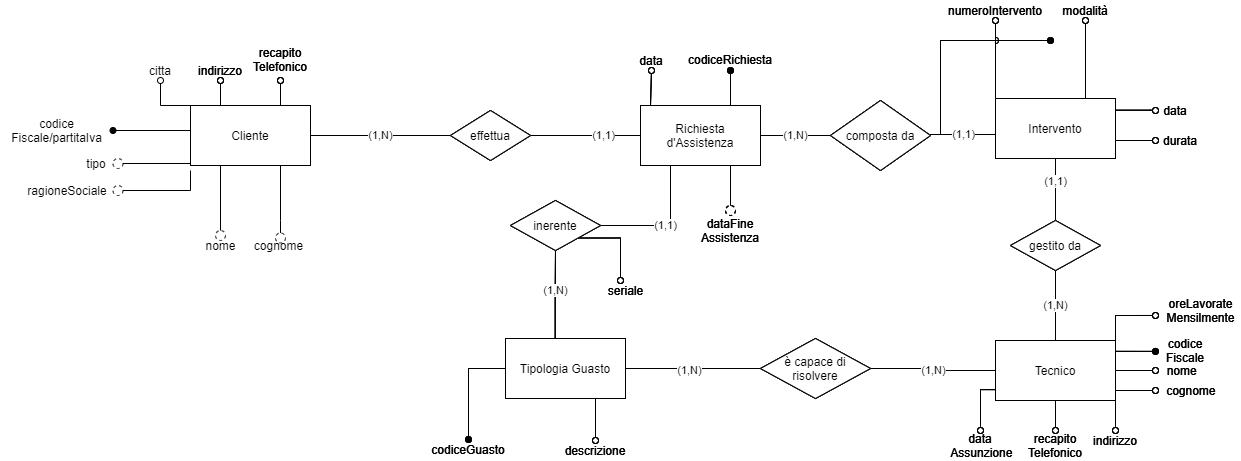
The draw.io diagram Relazione/image/er_ristrutturato.png in GiovanniRaseraF/ProgettoBasiDiDatiLaboratorio, before a commit. Source tidied: cells renumbered, new cells last; positions are measured from the earlier drawing's top-left corner, leaving out a move shared by most shapes.
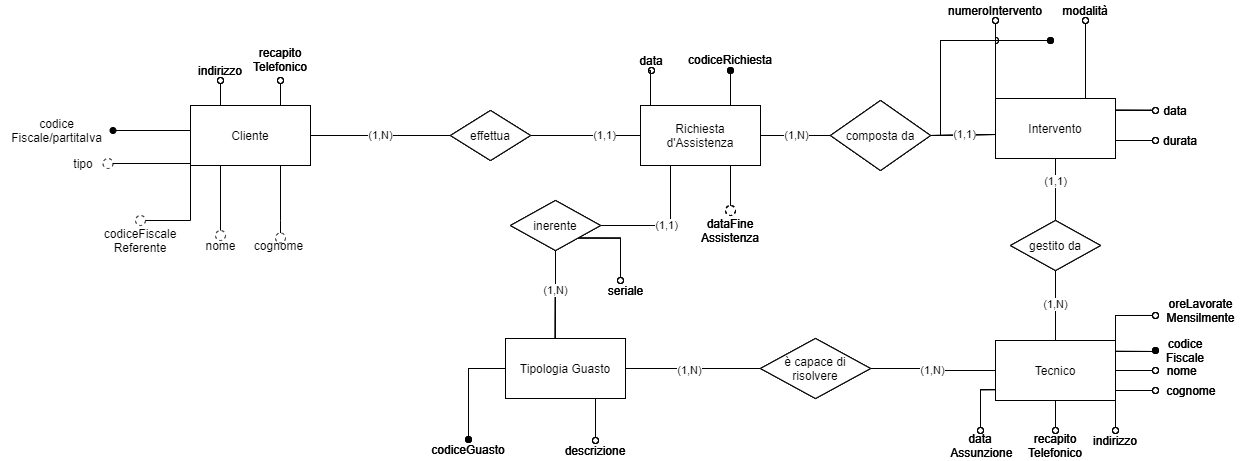
After the change.

Change to the diagram source:
```diff
@@ -545,6 +545,13 @@
     <mxCell id="136" style="edgeStyle=orthogonalEdgeStyle;rounded=0;jettySize=auto;html=1;exitX=0.25;exitY=0;exitDx=0;exitDy=0;endArrow=oval;endFill=0;" parent="1" edge="1" source="140" target="195">
       <mxGeometry relative="1" as="geometry" />
     </mxCell>
+    <mxCell id="213" style="edgeStyle=orthogonalEdgeStyle;rounded=0;jettySize=auto;html=1;exitX=0;exitY=1;exitDx=0;exitDy=0;entryX=1;entryY=0.5;entryDx=0;entryDy=0;startArrow=none;startFill=0;endArrow=none;endFill=0;" parent="1" edge="1" source="140" target="215">
+      <mxGeometry relative="1" as="geometry">
+        <Array as="points">
+          <mxPoint x="190" y="220" />
+        </Array>
+      </mxGeometry>
+    </mxCell>
     <mxCell id="137" style="edgeStyle=orthogonalEdgeStyle;rounded=0;jettySize=auto;html=1;exitX=0.25;exitY=1;exitDx=0;exitDy=0;entryX=0.5;entryY=0;entryDx=0;entryDy=0;startArrow=none;startFill=0;endArrow=none;endFill=0;" parent="1" edge="1" source="140" target="205">
       <mxGeometry relative="1" as="geometry" />
     </mxCell>
@@ -556,9 +563,6 @@
         </Array>
       </mxGeometry>
     </mxCell>
-    <mxCell id="139" style="edgeStyle=orthogonalEdgeStyle;rounded=0;jettySize=auto;html=1;exitX=0;exitY=0;exitDx=0;exitDy=0;entryX=0.5;entryY=1;entryDx=0;entryDy=0;endArrow=oval;endFill=0;" parent="1" edge="1" source="140" target="209">
-      <mxGeometry relative="1" as="geometry" />
-    </mxCell>
     <mxCell id="140" value="Cliente" style="rounded=0;whiteSpace=wrap;html=1;" parent="1" vertex="1">
       <mxGeometry x="190" y="105" width="120" height="60" as="geometry" />
     </mxCell>
@@ -779,6 +783,9 @@
     <mxCell id="193" value="inerente" style="rhombus;whiteSpace=wrap;html=1;" parent="1" vertex="1">
       <mxGeometry x="510" y="200" width="90" height="50" as="geometry" />
     </mxCell>
+    <mxCell id="214" value="codiceFiscale&lt;br&gt;Referente" style="text;html=1;strokeColor=none;fillColor=none;align=center;verticalAlign=middle;whiteSpace=wrap;rounded=0;" parent="1" vertex="1">
+      <mxGeometry x="100" y="222.5" width="80" height="35" as="geometry" />
+    </mxCell>
     <mxCell id="194" value="cognome" style="text;html=1;align=center;verticalAlign=middle;" parent="1" vertex="1">
       <mxGeometry x="247.5" y="235" width="60" height="20" as="geometry" />
     </mxCell>
@@ -819,8 +826,11 @@
       </mxGeometry>
     </mxCell>
     <mxCell id="204" value="tipo" style="text;html=1;strokeColor=none;fillColor=none;align=center;verticalAlign=middle;whiteSpace=wrap;rounded=0;" parent="1" vertex="1">
-      <mxGeometry x="75.5" y="153" width="40" height="20" as="geometry" />
+      <mxGeometry x="62.5" y="153" width="40" height="20" as="geometry" />
     </mxCell>
+    <mxCell id="215" style="ellipse;whiteSpace=wrap;html=1;dashed=1;fillColor=none;" parent="1" vertex="1">
+      <mxGeometry x="135" y="215" width="10" height="10" as="geometry" />
+    </mxCell>
     <mxCell id="205" style="ellipse;whiteSpace=wrap;html=1;dashed=1;fillColor=none;" parent="1" vertex="1">
       <mxGeometry x="215" y="230" width="10" height="10" as="geometry" />
     </mxCell>
@@ -835,21 +845,7 @@
       </mxGeometry>
     </mxCell>
     <mxCell id="208" style="ellipse;whiteSpace=wrap;html=1;dashed=1;fillColor=none;" parent="1" vertex="1">
-      <mxGeometry x="112.5" y="158" width="10" height="10" as="geometry" />
+      <mxGeometry x="102.5" y="158" width="10" height="10" as="geometry" />
     </mxCell>
-    <mxCell id="209" value="citta" style="text;html=1;strokeColor=none;fillColor=none;align=center;verticalAlign=middle;whiteSpace=wrap;rounded=0;" parent="1" vertex="1">
-      <mxGeometry x="140" y="60" width="40" height="20" as="geometry" />
-    </mxCell>
-    <mxCell id="210" value="ragioneSociale" style="text;html=1;strokeColor=none;fillColor=none;align=center;verticalAlign=middle;whiteSpace=wrap;rounded=0;" parent="1" vertex="1">
-      <mxGeometry x="16.5" y="180" width="100" height="20" as="geometry" />
-    </mxCell>
-    <mxCell id="211" style="edgeStyle=orthogonalEdgeStyle;rounded=0;jettySize=auto;html=1;exitX=1;exitY=0.5;exitDx=0;exitDy=0;endArrow=none;endFill=0;" parent="1" edge="1" source="212">
-      <mxGeometry relative="1" as="geometry">
-        <mxPoint x="190" y="170" as="targetPoint" />
-      </mxGeometry>
-    </mxCell>
-    <mxCell id="212" style="ellipse;whiteSpace=wrap;html=1;dashed=1;fillColor=none;" parent="1" vertex="1">
-      <mxGeometry x="112.5" y="185" width="10" height="10" as="geometry" />
-    </mxCell>
   </root>
 </mxGraphModel>
```
